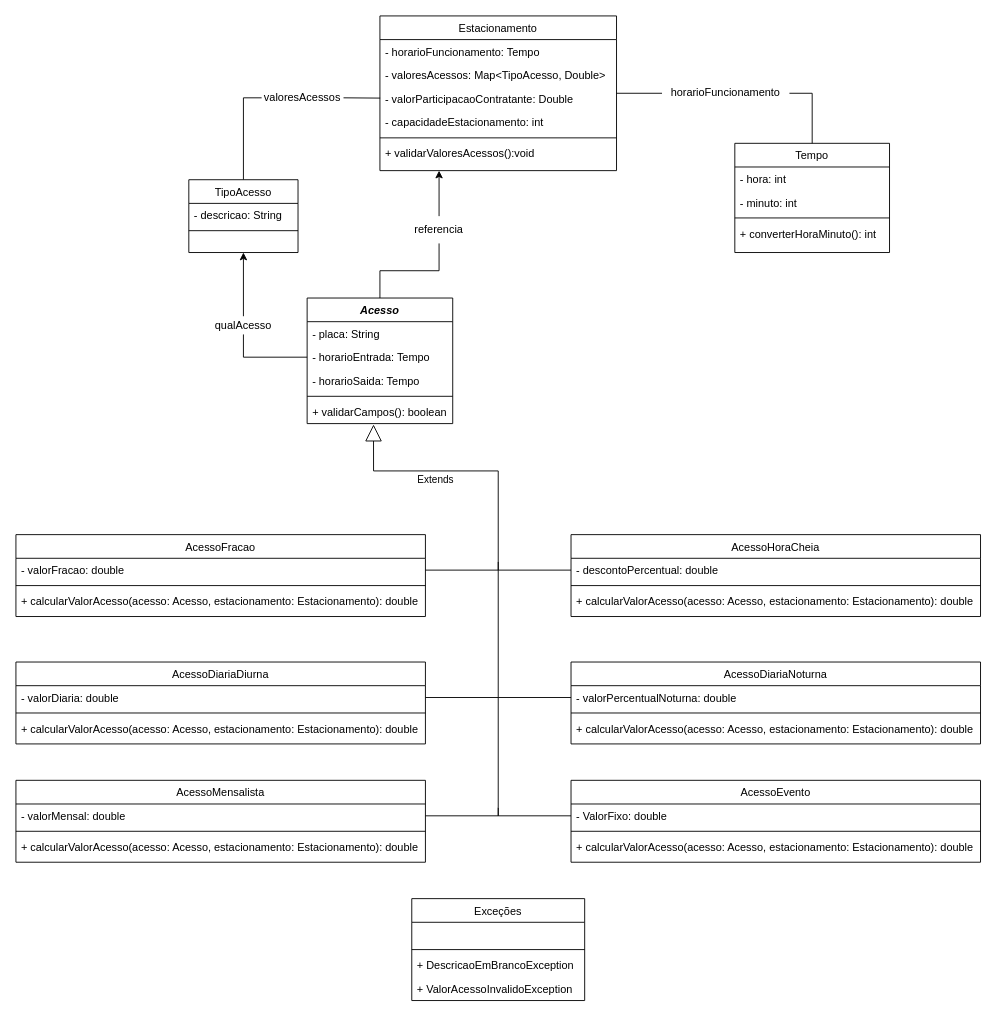
Earlier version of the draw.io diagram diagramas/diagrama-classes.drawio (rodwendrel/orientacao-objetos). Source tidied: cells renumbered, new cells numbered last; positions are measured from the earlier drawing's top-left corner, leaving out a move shared by most shapes. Both pictures are drawn from the tidied source at 91%, with x=0, y=0 at pixel (15, 15).
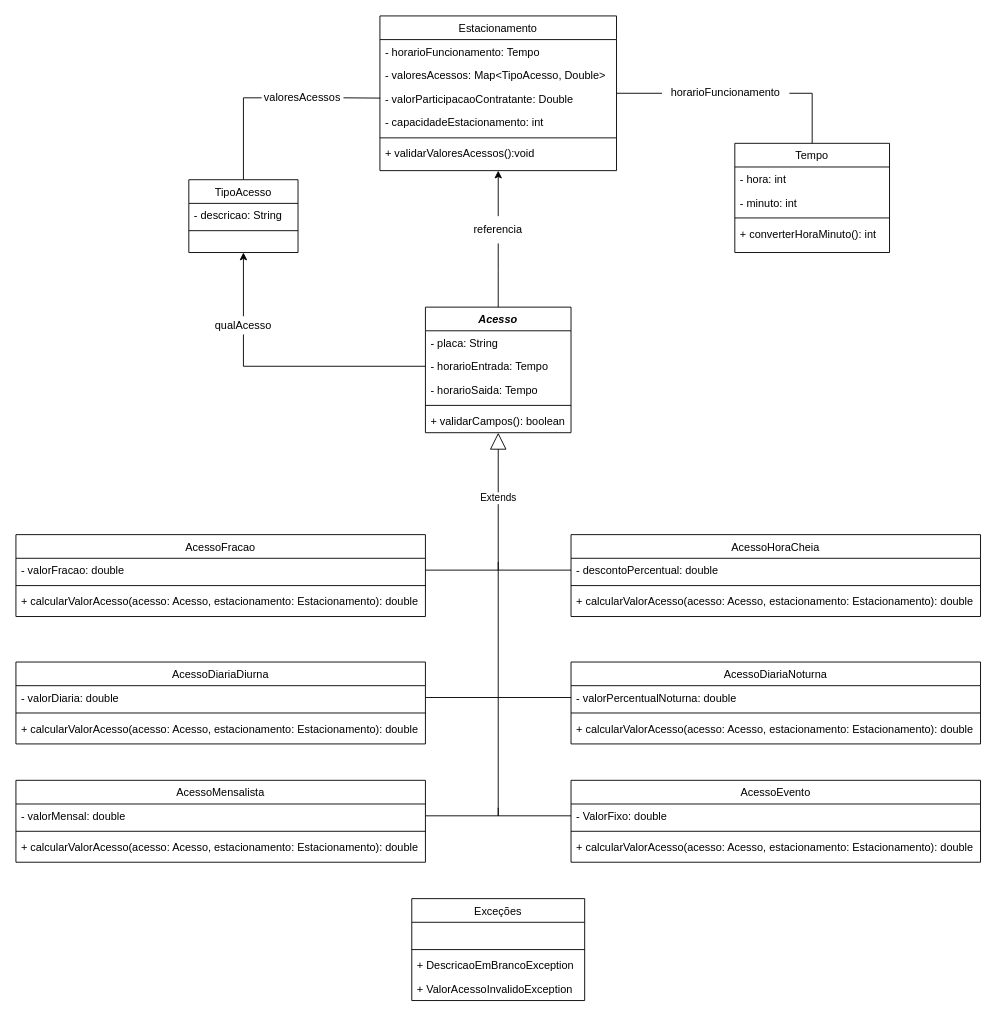
Above is the later version.

The change refers to these unchanged cells:
```xml
<mxCell id="2" value="Estacionamento" style="swimlane;fontStyle=0;align=center;verticalAlign=top;horizontal=1;startSize=26;rounded=0;shadow=0;strokeWidth=1;" parent="1" vertex="1">
  <mxGeometry x="400" width="260" height="170" as="geometry" />
</mxCell>
<mxCell id="11" value="- horarioEntrada: Tempo" style="text;align=left;verticalAlign=top;spacingLeft=4;spacingRight=4;overflow=hidden;points=[[0,0.5],[1,0.5]];portConstraint=eastwest;" parent="9" vertex="1">
  <mxGeometry y="52" width="160" height="26" as="geometry" />
</mxCell>
<mxCell id="14" value="+ validarCampos(): boolean" style="text;align=left;verticalAlign=top;spacingLeft=4;spacingRight=4;overflow=hidden;points=[[0,0.5],[1,0.5]];portConstraint=eastwest;" parent="9" vertex="1">
  <mxGeometry y="112" width="160" height="26" as="geometry" />
</mxCell>
<mxCell id="25" value="- valorFracao: double" style="text;align=left;verticalAlign=top;spacingLeft=4;spacingRight=4;overflow=hidden;points=[[0,0.5],[1,0.5]];portConstraint=eastwest;" parent="24" vertex="1">
  <mxGeometry y="26" width="450" height="26" as="geometry" />
</mxCell>
<mxCell id="55" value="qualAcesso" style="text;html=1;strokeColor=none;fillColor=none;align=center;verticalAlign=middle;whiteSpace=wrap;rounded=0;" parent="1" vertex="1">
  <mxGeometry x="220" y="330" width="60" height="20" as="geometry" />
</mxCell>
```

What changed in the source:
```diff
@@
     <mxCell id="9" value="Acesso" style="swimlane;fontStyle=3;align=center;verticalAlign=top;horizontal=1;startSize=26;rounded=0;shadow=0;strokeWidth=1;" parent="1" vertex="1">
-      <mxGeometry x="320" y="310" width="160" height="138" as="geometry" />
+      <mxGeometry x="450" y="320" width="160" height="138" as="geometry" />
     </mxCell>
@@
     <mxCell id="54" value="referencia" style="text;html=1;strokeColor=none;fillColor=none;align=center;verticalAlign=middle;whiteSpace=wrap;rounded=0;" parent="1" vertex="1">
-      <mxGeometry x="435" y="220" width="60" height="30" as="geometry" />
+      <mxGeometry x="500" y="220" width="60" height="30" as="geometry" />
     </mxCell>
@@
     <mxCell id="56" style="endArrow=none;html=1;rounded=0;entryX=0.5;entryY=0;entryDx=0;entryDy=0;exitX=0.5;exitY=1;exitDx=0;exitDy=0;" parent="1" edge="1" source="54" target="9">
       <mxGeometry relative="1" as="geometry">
         <Array as="points">
-          <mxPoint x="465" y="280" />
-          <mxPoint x="400" y="280" />
+          <mxPoint x="530" y="280" />
         </Array>
       </mxGeometry>
     </mxCell>
-    <mxCell id="57" style="endArrow=classic;html=1;rounded=0;entryX=0.25;entryY=1;entryDx=0;entryDy=0;exitX=0.5;exitY=0;exitDx=0;exitDy=0;" parent="1" edge="1" source="54" target="2">
+    <mxCell id="57" style="endArrow=classic;html=1;rounded=0;entryX=0.5;entryY=1;entryDx=0;entryDy=0;exitX=0.5;exitY=0;exitDx=0;exitDy=0;" parent="1" edge="1" source="54" target="2">
       <mxGeometry relative="1" as="geometry" />
     </mxCell>
-    <mxCell id="58" value="Extends" style="endArrow=block;endSize=16;endFill=0;html=1;rounded=0;entryX=0.456;entryY=1.038;entryDx=0;entryDy=0;entryPerimeter=0;exitX=1;exitY=0.5;exitDx=0;exitDy=0;" parent="1" edge="1" source="25" target="14">
-      <mxGeometry x="0.37" y="10" relative="1" as="geometry">
+    <mxCell id="58" value="Extends" style="endArrow=block;endSize=16;endFill=0;html=1;rounded=0;exitX=1;exitY=0.5;exitDx=0;exitDy=0;entryX=0.5;entryY=1;entryDx=0;entryDy=0;" parent="1" edge="1" source="25" target="9">
+      <mxGeometry x="0.38" relative="1" as="geometry">
         <Array as="points">
           <mxPoint x="530" y="609" />
           <mxPoint x="530" y="500" />
-          <mxPoint x="393" y="500" />
         </Array>
       </mxGeometry>
     </mxCell>
@@
     <mxCell id="66" style="endArrow=none;html=1;rounded=0;entryX=0.5;entryY=1;entryDx=0;entryDy=0;exitX=0;exitY=0.5;exitDx=0;exitDy=0;" parent="1" edge="1" source="11" target="55">
       <mxGeometry relative="1" as="geometry">
         <Array as="points">
-          <mxPoint x="250" y="375" />
+          <mxPoint x="250" y="385" />
         </Array>
       </mxGeometry>
     </mxCell>
```
